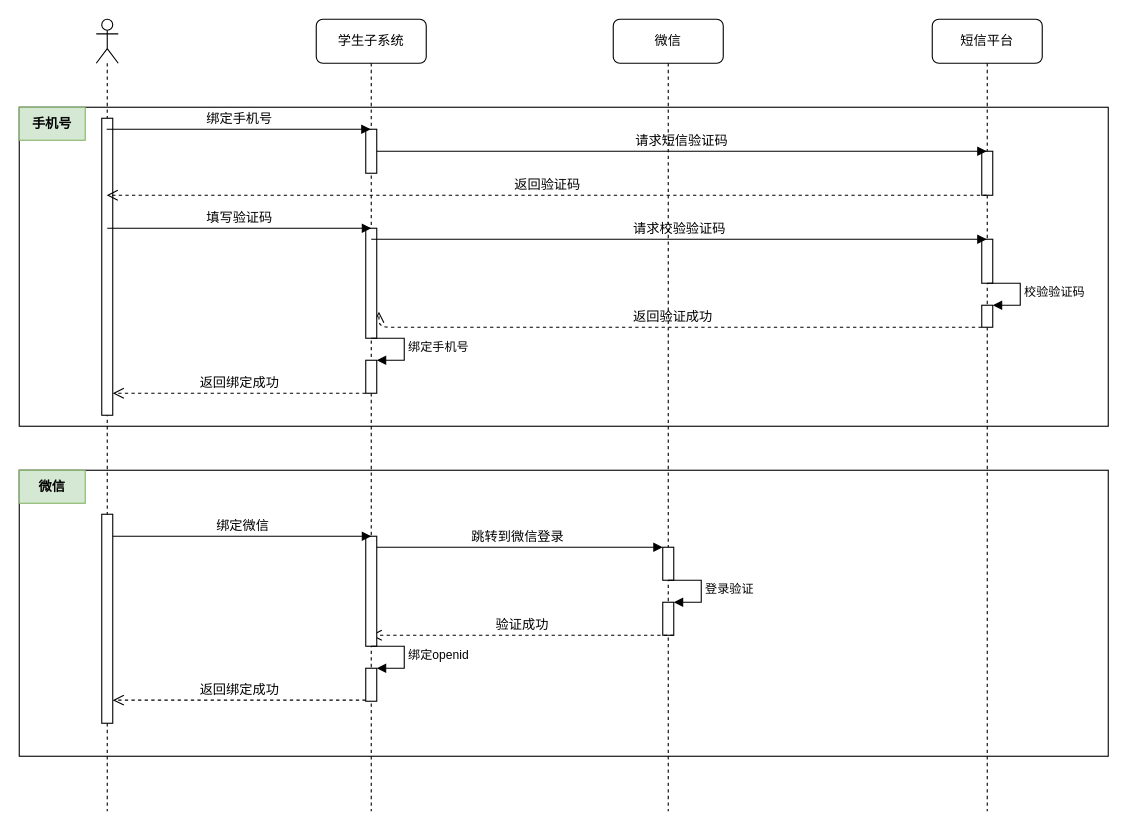
Earlier version of the draw.io diagram 账号分配.drawio (deanzz/blog). Source tidied: cells renumbered, new cells numbered last; positions are measured from the earlier drawing's top-left corner, leaving out a move shared by most shapes. Both pictures are drawn from the tidied source at 110%, with x=0, y=0 at pixel (19, 19).
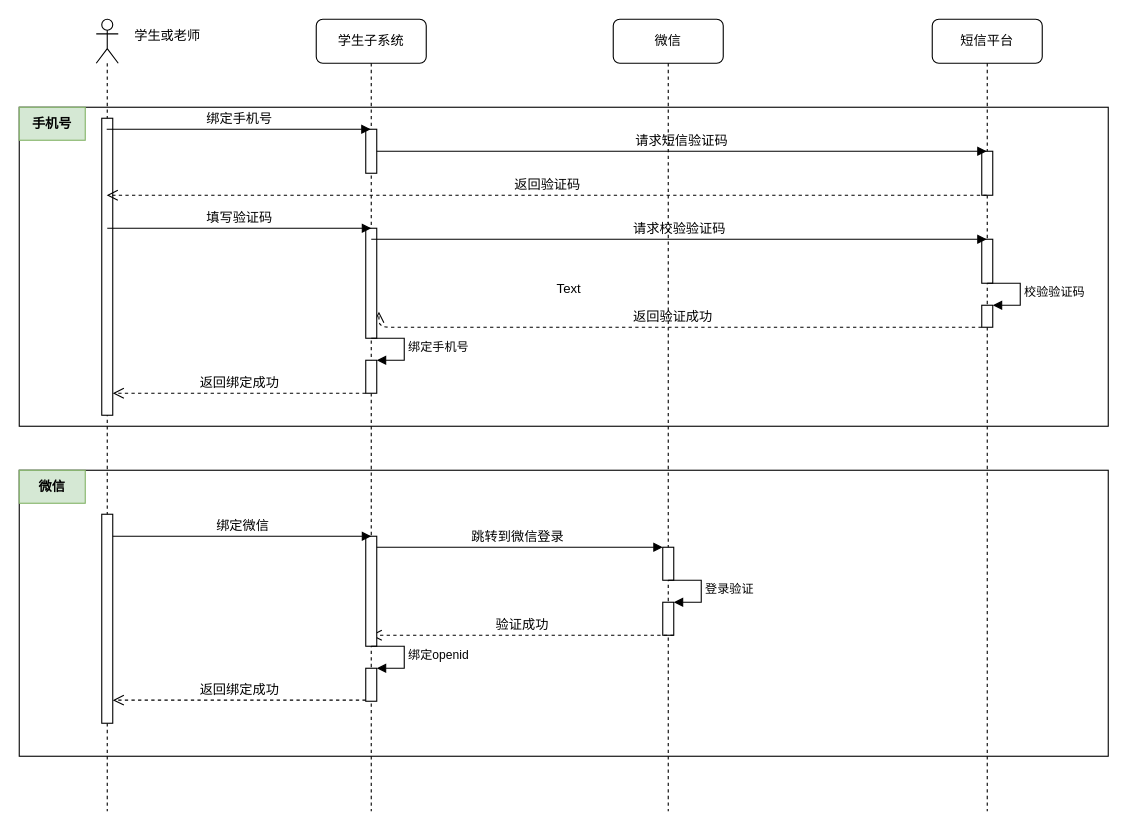
Above is the later version.

The edit, as a diff of the source:
```diff
@@
+    <mxCell id="37" value="Text" style="text;html=1;strokeColor=none;fillColor=none;align=center;verticalAlign=middle;whiteSpace=wrap;rounded=0;" parent="1" vertex="1">
+      <mxGeometry x="470" y="230" width="60" height="30" as="geometry" />
+    </mxCell>
+    <mxCell id="38" value="学生或老师" style="text;html=1;strokeColor=none;fillColor=none;align=center;verticalAlign=middle;whiteSpace=wrap;rounded=0;" parent="1" vertex="1">
+      <mxGeometry x="100" width="70" height="30" as="geometry" />
+    </mxCell>
```
